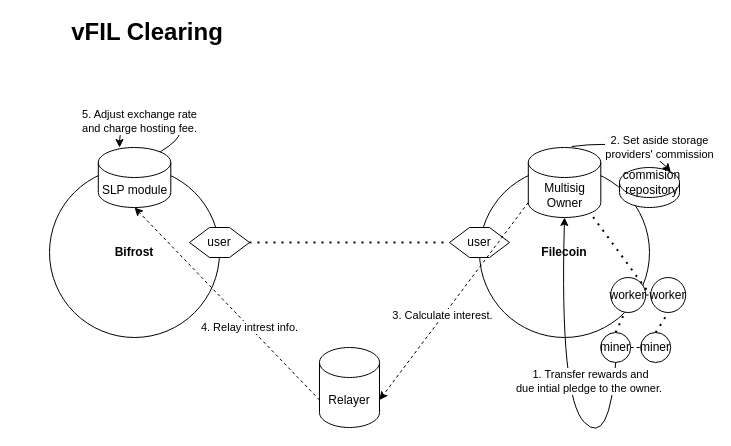
Before: vfil-clearing-multisig-v1.drawio in herryho/flowchars, a draw.io diagram. Source tidied: cells renumbered, new cells numbered last; positions are measured from the earlier drawing's top-left corner, leaving out a move shared by most shapes. Both pictures are drawn from the tidied source at 100%, with x=0, y=0 at pixel (17, 17).
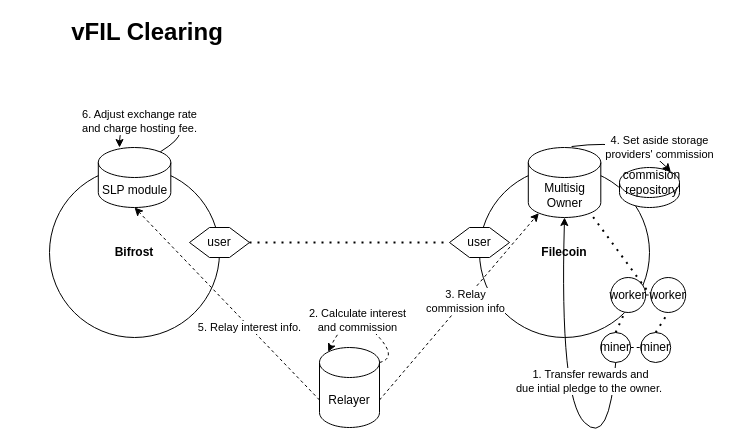
The same diagram, later.

The change refers to these unchanged cells:
```xml
<mxCell id="7" value="Multisig&lt;br&gt;Owner" style="shape=cylinder3;whiteSpace=wrap;html=1;boundedLbl=1;backgroundOutline=1;size=15;" parent="1" vertex="1">
  <mxGeometry x="510.8" y="130" width="72.5" height="70" as="geometry" />
</mxCell>
<mxCell id="10" value="Relayer" style="shape=cylinder3;whiteSpace=wrap;html=1;boundedLbl=1;backgroundOutline=1;size=15;" parent="1" vertex="1">
  <mxGeometry x="302" y="330" width="60" height="80" as="geometry" />
</mxCell>
<mxCell id="16" style="endArrow=classic;html=1;rounded=0;dashed=1;entryX=0.5;entryY=1;entryDx=0;entryDy=0;entryPerimeter=0;exitX=0;exitY=0;exitDx=0;exitDy=52.5;exitPerimeter=0;" parent="1" edge="1" source="10" target="9">
  <mxGeometry relative="1" as="geometry" />
</mxCell>
<mxCell id="23" style="curved=1;endArrow=classic;html=1;rounded=0;exitX=0.855;exitY=0;exitDx=0;exitDy=4.35;exitPerimeter=0;entryX=0.293;entryY=0;entryDx=0;entryDy=0;entryPerimeter=0;" parent="1" edge="1" source="9" target="9">
  <mxGeometry relative="1" as="geometry">
    <Array as="points">
      <mxPoint x="182" y="110" />
      <mxPoint x="102" y="100" />
    </Array>
  </mxGeometry>
</mxCell>
<mxCell id="26" style="curved=1;endArrow=classic;html=1;rounded=0;exitX=0.597;exitY=-0.014;exitDx=0;exitDy=0;exitPerimeter=0;entryX=0.855;entryY=0;entryDx=0;entryDy=4.35;entryPerimeter=0;" parent="1" edge="1" source="7" target="25">
  <mxGeometry relative="1" as="geometry">
    <Array as="points">
      <mxPoint x="622" y="120" />
    </Array>
  </mxGeometry>
</mxCell>
```

The edit, as a diff of the source:
```diff
@@
-    <mxCell id="14" style="endArrow=classic;html=1;rounded=0;dashed=1;exitX=0;exitY=1;exitDx=0;exitDy=-15;exitPerimeter=0;entryX=1;entryY=0;entryDx=0;entryDy=52.5;entryPerimeter=0;" parent="1" edge="1" source="7" target="10">
-      <mxGeometry relative="1" as="geometry" />
-    </mxCell>
-    <mxCell id="15" value="3. Calculate interest." style="edgeLabel;html=1;align=center;verticalAlign=middle;" parent="14" vertex="1">
-      <mxGeometry x="0.15" y="-1" relative="1" as="geometry" />
-    </mxCell>
@@
-    <mxCell id="17" value="4. Relay intrest info." style="edgeLabel;html=1;align=center;verticalAlign=middle;" parent="16" vertex="1">
+    <mxCell id="17" value="5. Relay interest info." style="edgeLabel;html=1;align=center;verticalAlign=middle;" parent="16" vertex="1">
       <mxGeometry x="-0.13" y="1" relative="1" as="geometry">
         <mxPoint x="11" y="10" as="offset" />
       </mxGeometry>
     </mxCell>
@@
-    <mxCell id="24" value="5. Adjust exchange rate &lt;br&gt;and charge hosting fee." style="edgeLabel;html=1;align=center;verticalAlign=middle;" parent="23" vertex="1">
+    <mxCell id="24" value="6. Adjust exchange rate &lt;br&gt;and charge hosting fee." style="edgeLabel;html=1;align=center;verticalAlign=middle;" parent="23" vertex="1">
       <mxGeometry x="0.36" y="1" relative="1" as="geometry" />
     </mxCell>
@@
-    <mxCell id="27" value="2. Set aside storage &lt;br&gt;providers' commission" style="edgeLabel;html=1;align=center;verticalAlign=middle;" parent="26" vertex="1">
+    <mxCell id="27" value="4. Set aside storage &lt;br&gt;providers' commission" style="edgeLabel;html=1;align=center;verticalAlign=middle;" parent="26" vertex="1">
       <mxGeometry x="-0.44" y="1" relative="1" as="geometry">
         <mxPoint x="56" y="6" as="offset" />
       </mxGeometry>
     </mxCell>
@@
+    <mxCell id="32" style="curved=1;endArrow=classic;html=1;rounded=0;exitX=1;exitY=0;exitDx=0;exitDy=15;exitPerimeter=0;entryX=0.145;entryY=0;entryDx=0;entryDy=4.35;entryPerimeter=0;dashed=1;" parent="1" edge="1" source="10" target="10">
+      <mxGeometry relative="1" as="geometry">
+        <Array as="points">
+          <mxPoint x="382" y="340" />
+          <mxPoint x="332" y="290" />
+        </Array>
+      </mxGeometry>
+    </mxCell>
+    <mxCell id="33" value="2. Calculate interest&lt;br&gt;and commission" style="edgeLabel;html=1;align=center;verticalAlign=middle;" parent="32" vertex="1">
+      <mxGeometry x="0.1" y="4" relative="1" as="geometry" />
+    </mxCell>
+    <mxCell id="34" style="endArrow=classic;html=1;rounded=0;exitX=1;exitY=0;exitDx=0;exitDy=52.5;exitPerimeter=0;entryX=0.145;entryY=1;entryDx=0;entryDy=-4.35;entryPerimeter=0;dashed=1;" parent="1" edge="1" source="10" target="7">
+      <mxGeometry relative="1" as="geometry" />
+    </mxCell>
+    <mxCell id="35" value="3. Relay &lt;br&gt;commission info" style="edgeLabel;html=1;align=center;verticalAlign=middle;" parent="34" vertex="1">
+      <mxGeometry x="0.06" relative="1" as="geometry">
+        <mxPoint x="1" as="offset" />
+      </mxGeometry>
+    </mxCell>
```
